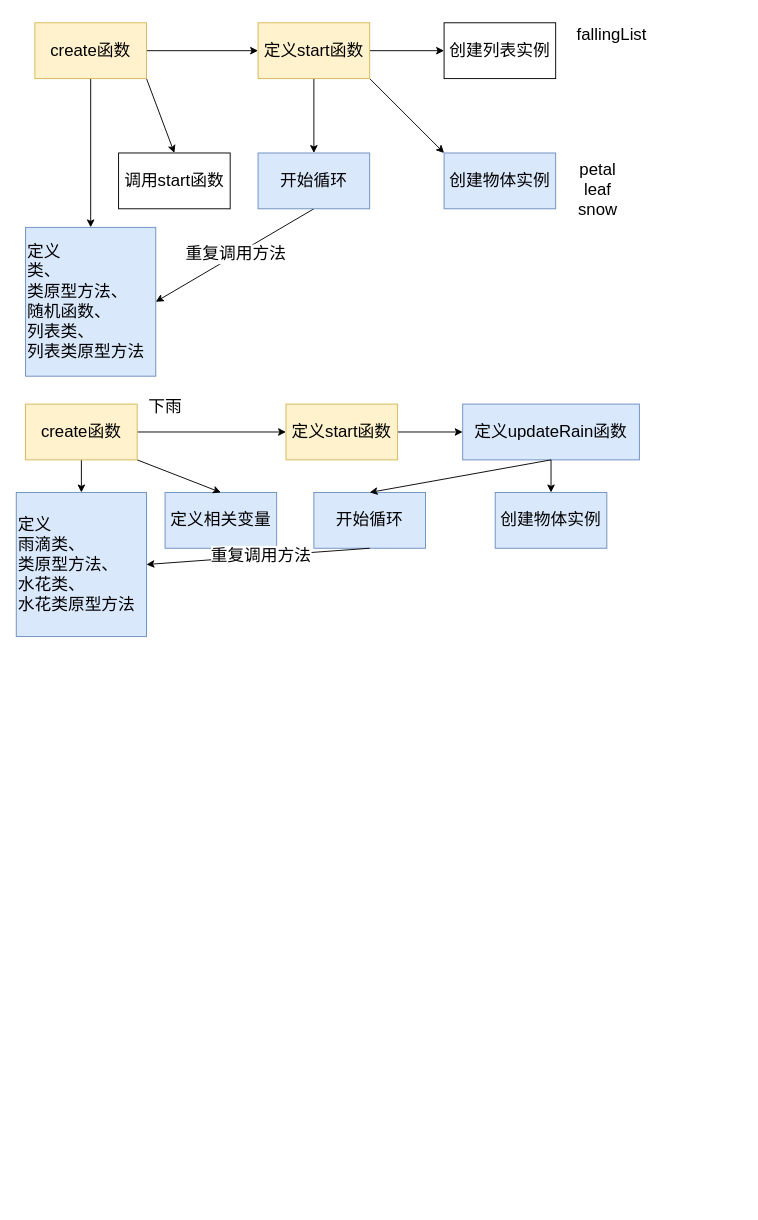
Earlier version of the draw.io diagram 设计.drawio (qtqz/natural-falling-effect). Source tidied: cells renumbered, new cells numbered last; positions are measured from the earlier drawing's top-left corner, leaving out a move shared by most shapes. Both pictures are drawn from the tidied source at 93%, with x=0, y=0 at pixel (16, 16).
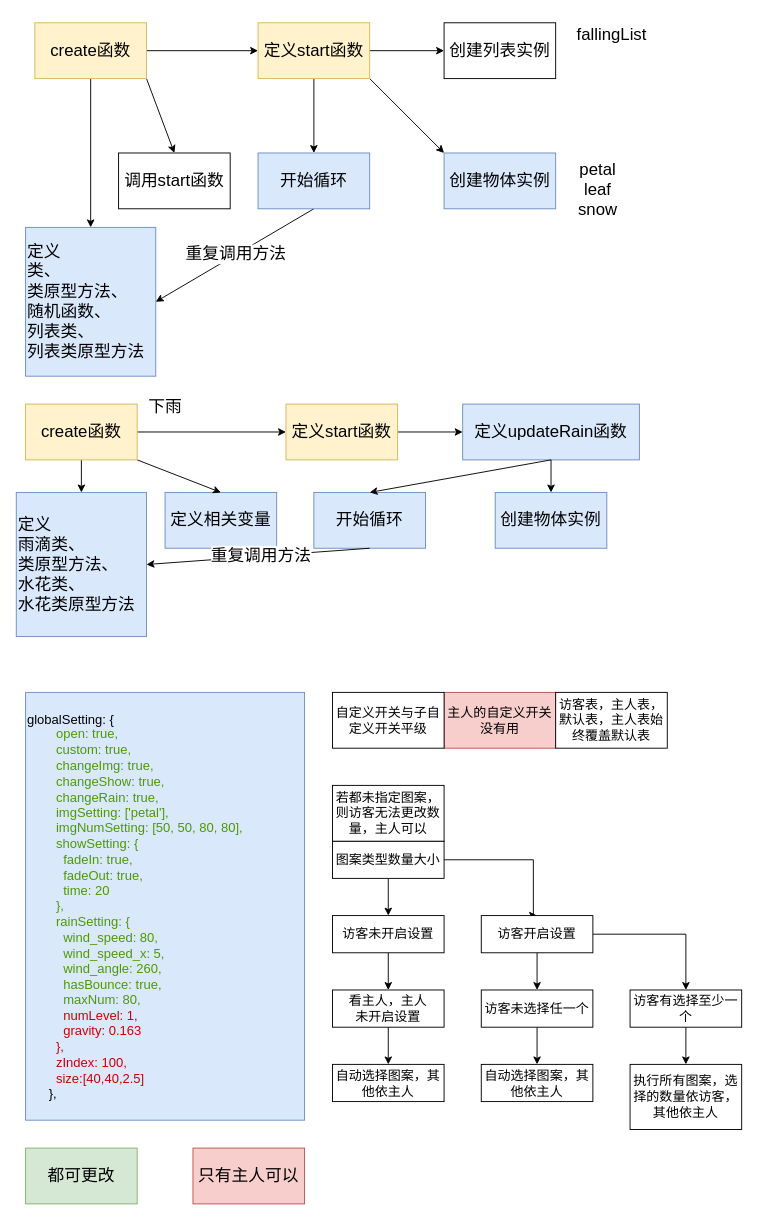
After the change.

Change to the diagram source:
```diff
@@
+    <mxCell id="35" value="&lt;div style=&quot;font-size: 14px;&quot;&gt;&lt;font style=&quot;font-size: 14px;&quot;&gt;globalSetting: {&lt;/font&gt;&lt;/div&gt;&lt;div style=&quot;font-size: 14px;&quot;&gt;&lt;font style=&quot;font-size: 14px;&quot;&gt;&amp;nbsp; &amp;nbsp; &amp;nbsp; &amp;nbsp;&amp;nbsp;&lt;font color=&quot;#4d9900&quot;&gt;open: true,&lt;/font&gt;&lt;/font&gt;&lt;/div&gt;&lt;div style=&quot;font-size: 14px;&quot;&gt;&lt;font color=&quot;#4d9900&quot; style=&quot;font-size: 14px;&quot;&gt;&amp;nbsp; &amp;nbsp; &amp;nbsp; &amp;nbsp; custom: true,&lt;/font&gt;&lt;/div&gt;&lt;div style=&quot;font-size: 14px;&quot;&gt;&lt;font color=&quot;#4d9900&quot; style=&quot;font-size: 14px;&quot;&gt;&amp;nbsp; &amp;nbsp; &amp;nbsp; &amp;nbsp; changeImg: true,&lt;/font&gt;&lt;/div&gt;&lt;div style=&quot;font-size: 14px;&quot;&gt;&lt;font color=&quot;#4d9900&quot; style=&quot;font-size: 14px;&quot;&gt;&amp;nbsp; &amp;nbsp; &amp;nbsp; &amp;nbsp; changeShow: true,&lt;/font&gt;&lt;/div&gt;&lt;div style=&quot;font-size: 14px;&quot;&gt;&lt;font color=&quot;#4d9900&quot; style=&quot;font-size: 14px;&quot;&gt;&amp;nbsp; &amp;nbsp; &amp;nbsp; &amp;nbsp; changeRain: true,&lt;/font&gt;&lt;/div&gt;&lt;div style=&quot;font-size: 14px;&quot;&gt;&lt;font color=&quot;#4d9900&quot; style=&quot;font-size: 14px;&quot;&gt;&amp;nbsp; &amp;nbsp; &amp;nbsp; &amp;nbsp; imgSetting: ['petal'],&lt;/font&gt;&lt;/div&gt;&lt;div style=&quot;font-size: 14px;&quot;&gt;&lt;font color=&quot;#4d9900&quot; style=&quot;font-size: 14px;&quot;&gt;&amp;nbsp; &amp;nbsp; &amp;nbsp; &amp;nbsp; imgNumSetting: [50, 50, 80, 80],&lt;/font&gt;&lt;/div&gt;&lt;div style=&quot;font-size: 14px;&quot;&gt;&lt;font color=&quot;#4d9900&quot; style=&quot;font-size: 14px;&quot;&gt;&amp;nbsp; &amp;nbsp; &amp;nbsp; &amp;nbsp; showSetting: {&lt;/font&gt;&lt;/div&gt;&lt;div style=&quot;font-size: 14px;&quot;&gt;&lt;font color=&quot;#4d9900&quot; style=&quot;font-size: 14px;&quot;&gt;&amp;nbsp; &amp;nbsp; &amp;nbsp; &amp;nbsp; &amp;nbsp; fadeIn: true,&lt;/font&gt;&lt;/div&gt;&lt;div style=&quot;font-size: 14px;&quot;&gt;&lt;font color=&quot;#4d9900&quot; style=&quot;font-size: 14px;&quot;&gt;&amp;nbsp; &amp;nbsp; &amp;nbsp; &amp;nbsp; &amp;nbsp; fadeOut: true,&lt;/font&gt;&lt;/div&gt;&lt;div style=&quot;font-size: 14px;&quot;&gt;&lt;font color=&quot;#4d9900&quot; style=&quot;font-size: 14px;&quot;&gt;&amp;nbsp; &amp;nbsp; &amp;nbsp; &amp;nbsp; &amp;nbsp; time: 20&lt;/font&gt;&lt;/div&gt;&lt;div style=&quot;font-size: 14px;&quot;&gt;&lt;font color=&quot;#4d9900&quot; style=&quot;font-size: 14px;&quot;&gt;&amp;nbsp; &amp;nbsp; &amp;nbsp; &amp;nbsp; },&lt;/font&gt;&lt;/div&gt;&lt;div style=&quot;font-size: 14px;&quot;&gt;&lt;font color=&quot;#4d9900&quot; style=&quot;font-size: 14px;&quot;&gt;&amp;nbsp; &amp;nbsp; &amp;nbsp; &amp;nbsp; rainSetting: {&lt;/font&gt;&lt;/div&gt;&lt;div style=&quot;font-size: 14px;&quot;&gt;&lt;font color=&quot;#4d9900&quot; style=&quot;font-size: 14px;&quot;&gt;&amp;nbsp; &amp;nbsp; &amp;nbsp; &amp;nbsp; &amp;nbsp; wind_speed: 80,&lt;/font&gt;&lt;/div&gt;&lt;div style=&quot;font-size: 14px;&quot;&gt;&lt;font color=&quot;#4d9900&quot; style=&quot;font-size: 14px;&quot;&gt;&amp;nbsp; &amp;nbsp; &amp;nbsp; &amp;nbsp; &amp;nbsp; wind_speed_x: 5,&lt;/font&gt;&lt;/div&gt;&lt;div style=&quot;font-size: 14px;&quot;&gt;&lt;font color=&quot;#4d9900&quot; style=&quot;font-size: 14px;&quot;&gt;&amp;nbsp; &amp;nbsp; &amp;nbsp; &amp;nbsp; &amp;nbsp; wind_angle: 260,&lt;/font&gt;&lt;/div&gt;&lt;div style=&quot;font-size: 14px;&quot;&gt;&lt;font color=&quot;#4d9900&quot; style=&quot;font-size: 14px;&quot;&gt;&amp;nbsp; &amp;nbsp; &amp;nbsp; &amp;nbsp; &amp;nbsp; hasBounce: true,&lt;/font&gt;&lt;/div&gt;&lt;div style=&quot;font-size: 14px;&quot;&gt;&lt;font color=&quot;#4d9900&quot; style=&quot;font-size: 14px;&quot;&gt;&amp;nbsp; &amp;nbsp; &amp;nbsp; &amp;nbsp; &amp;nbsp; maxNum: 80,&lt;/font&gt;&lt;/div&gt;&lt;div style=&quot;font-size: 14px;&quot;&gt;&lt;font style=&quot;font-size: 14px;&quot;&gt;&amp;nbsp; &amp;nbsp; &amp;nbsp; &amp;nbsp; &amp;nbsp; &lt;font color=&quot;#cc0000&quot;&gt;numLevel: 1,&lt;/font&gt;&lt;/font&gt;&lt;/div&gt;&lt;div style=&quot;font-size: 14px;&quot;&gt;&lt;font color=&quot;#cc0000&quot; style=&quot;font-size: 14px;&quot;&gt;&amp;nbsp; &amp;nbsp; &amp;nbsp; &amp;nbsp; &amp;nbsp; gravity: 0.163&lt;/font&gt;&lt;/div&gt;&lt;div style=&quot;font-size: 14px;&quot;&gt;&lt;font color=&quot;#cc0000&quot; style=&quot;font-size: 14px;&quot;&gt;&amp;nbsp; &amp;nbsp; &amp;nbsp; &amp;nbsp; },&lt;/font&gt;&lt;/div&gt;&lt;div style=&quot;font-size: 14px;&quot;&gt;&lt;font color=&quot;#cc0000&quot; style=&quot;font-size: 14px;&quot;&gt;&amp;nbsp; &amp;nbsp; &amp;nbsp; &amp;nbsp; zIndex: 100,&lt;/font&gt;&lt;/div&gt;&lt;div style=&quot;font-size: 14px;&quot;&gt;&lt;font color=&quot;#cc0000&quot; style=&quot;font-size: 14px;&quot;&gt;&amp;nbsp; &amp;nbsp; &amp;nbsp; &amp;nbsp; size:[40,40,2.5]&lt;/font&gt;&lt;/div&gt;&lt;div style=&quot;font-size: 14px;&quot;&gt;&lt;font style=&quot;font-size: 14px;&quot;&gt;&amp;nbsp; &amp;nbsp; &amp;nbsp; },&lt;/font&gt;&lt;/div&gt;" style="whiteSpace=wrap;html=1;strokeColor=#6c8ebf;fontFamily=Helvetica;fontSize=14;fillColor=#dae8fc;align=left;" parent="1" vertex="1">
+      <mxGeometry x="10" y="727" width="300" height="460" as="geometry" />
+    </mxCell>
+    <mxCell id="36" style="edgeStyle=orthogonalEdgeStyle;rounded=0;jettySize=auto;html=1;fontSize=14;" parent="1" edge="1" source="37" target="39">
+      <mxGeometry relative="1" as="geometry" />
+    </mxCell>
+    <mxCell id="37" value="图案类型数量大小" style="whiteSpace=wrap;html=1;strokeColor=default;fontFamily=Helvetica;fontSize=14;fontColor=default;fillColor=default;" parent="1" vertex="1">
+      <mxGeometry x="340" y="887" width="120" height="40" as="geometry" />
+    </mxCell>
+    <mxCell id="38" style="edgeStyle=orthogonalEdgeStyle;rounded=0;jettySize=auto;html=1;fontSize=14;" parent="1" edge="1" source="39" target="41">
+      <mxGeometry relative="1" as="geometry" />
+    </mxCell>
+    <mxCell id="39" value="访客未开启设置" style="whiteSpace=wrap;html=1;strokeColor=default;fontFamily=Helvetica;fontSize=14;fontColor=default;fillColor=default;imageWidth=24;" parent="1" vertex="1">
+      <mxGeometry x="340" y="967" width="120" height="40" as="geometry" />
+    </mxCell>
+    <mxCell id="40" style="edgeStyle=orthogonalEdgeStyle;rounded=0;jettySize=auto;html=1;fontSize=14;" parent="1" edge="1" source="41" target="42">
+      <mxGeometry relative="1" as="geometry" />
+    </mxCell>
+    <mxCell id="41" value="看主人，主人&lt;br&gt;未开启设置" style="whiteSpace=wrap;html=1;strokeColor=default;fontFamily=Helvetica;fontSize=14;fontColor=default;fillColor=default;" parent="1" vertex="1">
+      <mxGeometry x="340" y="1047" width="120" height="40" as="geometry" />
+    </mxCell>
+    <mxCell id="42" value="自动选择图案，其他依主人" style="whiteSpace=wrap;html=1;strokeColor=default;fontFamily=Helvetica;fontSize=14;fontColor=default;fillColor=default;" parent="1" vertex="1">
+      <mxGeometry x="340" y="1127" width="120" height="40" as="geometry" />
+    </mxCell>
+    <mxCell id="43" style="edgeStyle=orthogonalEdgeStyle;rounded=0;jettySize=auto;html=1;fontSize=14;exitX=1;exitY=0.5;exitDx=0;exitDy=0;entryX=0.5;entryY=0;entryDx=0;entryDy=0;" parent="1" edge="1" source="37" target="45">
+      <mxGeometry relative="1" as="geometry">
+        <Array as="points">
+          <mxPoint x="556" y="907" />
+        </Array>
+      </mxGeometry>
+    </mxCell>
+    <mxCell id="44" style="edgeStyle=orthogonalEdgeStyle;rounded=0;jettySize=auto;html=1;fontSize=14;" parent="1" edge="1" source="45" target="47">
+      <mxGeometry relative="1" as="geometry" />
+    </mxCell>
+    <mxCell id="45" value="访客开启设置" style="whiteSpace=wrap;html=1;strokeColor=default;fontFamily=Helvetica;fontSize=14;fontColor=default;fillColor=default;imageWidth=24;" parent="1" vertex="1">
+      <mxGeometry x="500" y="967" width="120" height="40" as="geometry" />
+    </mxCell>
+    <mxCell id="46" style="edgeStyle=orthogonalEdgeStyle;rounded=0;jettySize=auto;html=1;fontSize=14;" parent="1" edge="1" source="47" target="48">
+      <mxGeometry relative="1" as="geometry" />
+    </mxCell>
+    <mxCell id="47" value="访客未选择任一个" style="whiteSpace=wrap;html=1;strokeColor=default;fontFamily=Helvetica;fontSize=14;fontColor=default;fillColor=default;" parent="1" vertex="1">
+      <mxGeometry x="500" y="1047" width="120" height="40" as="geometry" />
+    </mxCell>
+    <mxCell id="48" value="自动选择图案，其他依主人" style="whiteSpace=wrap;html=1;strokeColor=default;fontFamily=Helvetica;fontSize=14;fontColor=default;fillColor=default;" parent="1" vertex="1">
+      <mxGeometry x="500" y="1127" width="120" height="40" as="geometry" />
+    </mxCell>
+    <mxCell id="49" value="若都未指定图案，则访客无法更改数量，主人可以" style="whiteSpace=wrap;html=1;strokeColor=default;fontFamily=Helvetica;fontSize=14;fontColor=default;fillColor=default;imageWidth=24;" parent="1" vertex="1">
+      <mxGeometry x="340" y="827" width="120" height="60" as="geometry" />
+    </mxCell>
+    <mxCell id="50" style="edgeStyle=orthogonalEdgeStyle;rounded=0;jettySize=auto;html=1;fontSize=14;exitX=1;exitY=0.5;exitDx=0;exitDy=0;" parent="1" edge="1" source="45" target="52">
+      <mxGeometry relative="1" as="geometry" />
+    </mxCell>
+    <mxCell id="51" style="edgeStyle=orthogonalEdgeStyle;rounded=0;jettySize=auto;html=1;fontSize=14;" parent="1" edge="1" source="52" target="53">
+      <mxGeometry relative="1" as="geometry" />
+    </mxCell>
+    <mxCell id="52" value="访客有选择至少一个" style="whiteSpace=wrap;html=1;strokeColor=default;fontFamily=Helvetica;fontSize=14;fontColor=default;fillColor=default;" parent="1" vertex="1">
+      <mxGeometry x="660" y="1047" width="120" height="40" as="geometry" />
+    </mxCell>
+    <mxCell id="53" value="执行所有图案，选择的数量依访客，其他依主人" style="whiteSpace=wrap;html=1;strokeColor=default;fontFamily=Helvetica;fontSize=14;fontColor=default;fillColor=default;" parent="1" vertex="1">
+      <mxGeometry x="660" y="1127" width="120" height="70" as="geometry" />
+    </mxCell>
+    <mxCell id="54" value="都可更改" style="whiteSpace=wrap;html=1;strokeColor=#82b366;fontFamily=Helvetica;fontSize=18;fillColor=#d5e8d4;" parent="1" vertex="1">
+      <mxGeometry x="10" y="1217" width="120" height="60" as="geometry" />
+    </mxCell>
+    <mxCell id="55" value="只有主人可以" style="whiteSpace=wrap;html=1;strokeColor=#b85450;fontFamily=Helvetica;fontSize=18;fillColor=#f8cecc;" parent="1" vertex="1">
+      <mxGeometry x="190" y="1217" width="120" height="60" as="geometry" />
+    </mxCell>
+    <mxCell id="56" value="主人的自定义开关没有用" style="whiteSpace=wrap;html=1;strokeColor=#b85450;fontFamily=Helvetica;fontSize=14;fillColor=#f8cecc;imageWidth=24;" parent="1" vertex="1">
+      <mxGeometry x="460" y="727" width="120" height="60" as="geometry" />
+    </mxCell>
+    <mxCell id="57" value="自定义开关与子自定义开关平级" style="whiteSpace=wrap;html=1;strokeColor=default;fontFamily=Helvetica;fontSize=14;fontColor=default;fillColor=default;imageWidth=24;" parent="1" vertex="1">
+      <mxGeometry x="340" y="727" width="120" height="60" as="geometry" />
+    </mxCell>
+    <mxCell id="58" value="访客表，主人表，默认表，主人表始终覆盖默认表" style="whiteSpace=wrap;html=1;strokeColor=default;fontFamily=Helvetica;fontSize=14;fontColor=default;fillColor=default;imageWidth=24;" parent="1" vertex="1">
+      <mxGeometry x="580" y="727" width="120" height="60" as="geometry" />
+    </mxCell>
```
